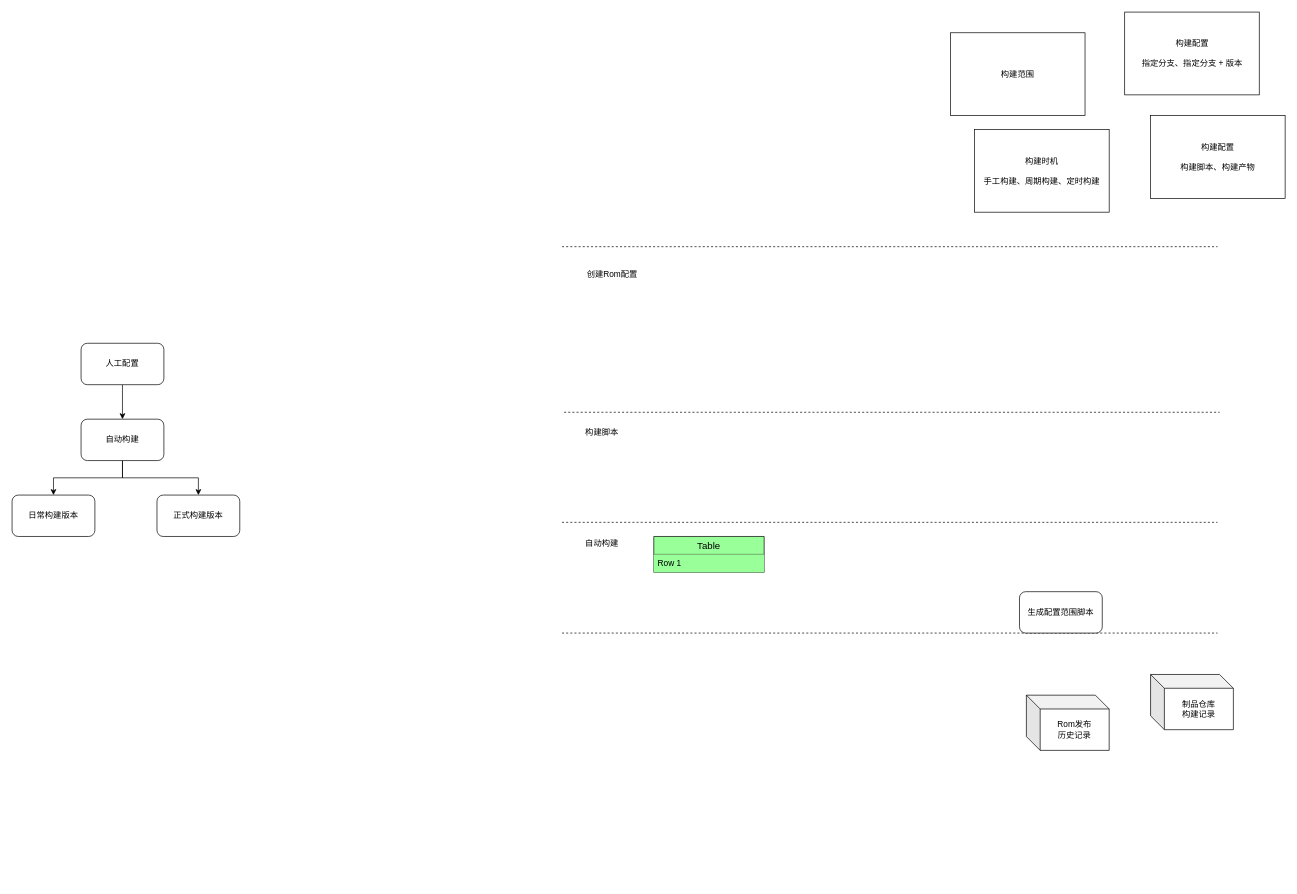
Before: Copy of 自动构建流程示意图.drawio in walkwall/drawing, a draw.io diagram. Source tidied: cells renumbered, new cells numbered last; positions are measured from the earlier drawing's top-left corner, leaving out a move shared by most shapes. Both pictures are drawn from the tidied source at 69%, with x=0, y=0 at pixel (12, 12).
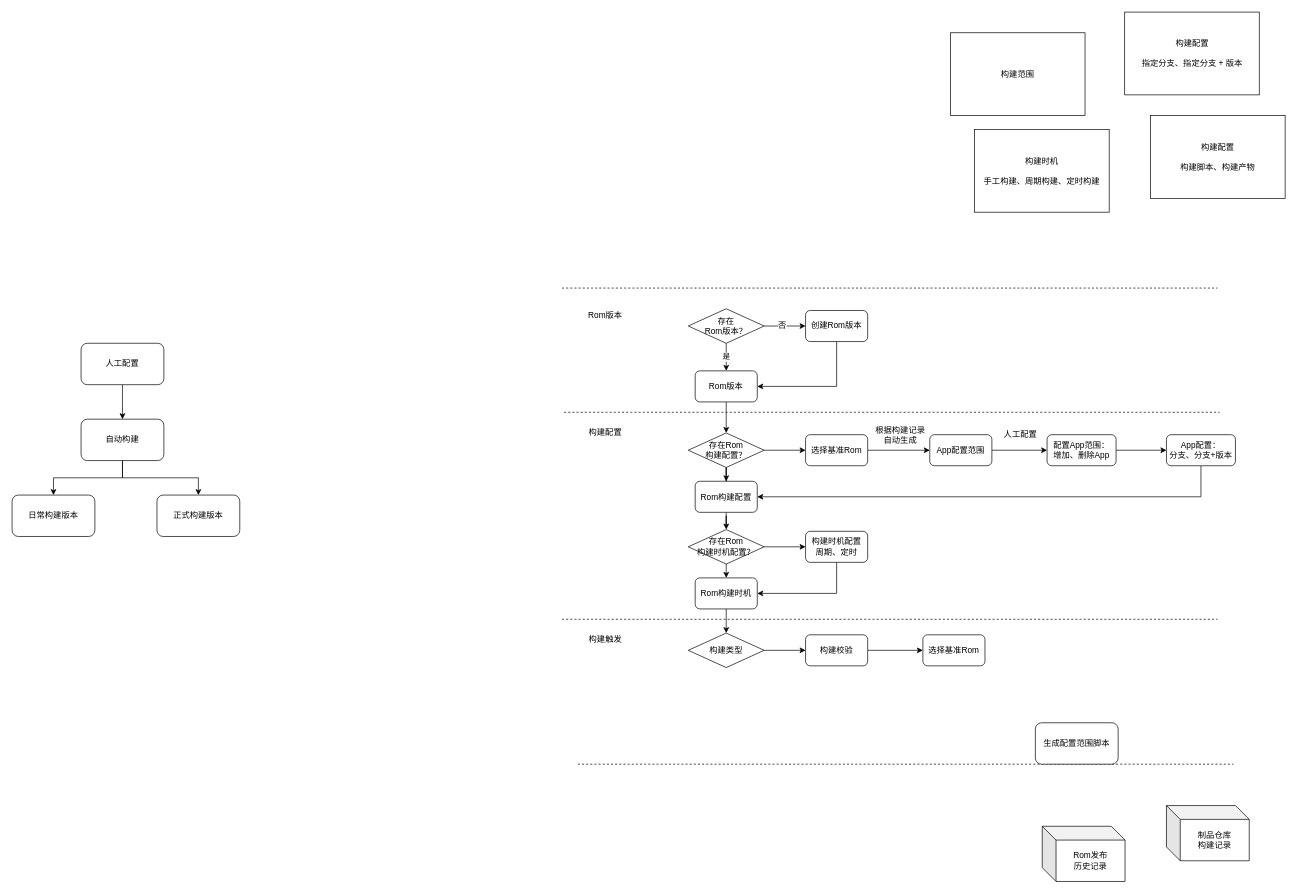
Above is the later version.

Commit message (it also covers changes not shown here):
Update Copy of 自动构建流程示意图.drawio

Diff of the diagram source:
```diff
@@
-    <mxCell id="11" value="构建脚本" style="text;html=1;strokeColor=none;fillColor=none;align=center;verticalAlign=middle;whiteSpace=wrap;rounded=0;" parent="1" vertex="1">
-      <mxGeometry x="830" y="600" width="50" height="20" as="geometry" />
+    <mxCell id="11" value="构建配置" style="text;html=1;strokeColor=none;fillColor=none;align=center;verticalAlign=middle;whiteSpace=wrap;rounded=0;" parent="1" vertex="1">
+      <mxGeometry x="830" y="600" width="60" height="20" as="geometry" />
     </mxCell>
     <mxCell id="12" style="endArrow=none;dashed=1;html=1;" parent="1" edge="1">
       <mxGeometry relative="1" as="geometry">
-        <mxPoint x="797" y="900" as="sourcePoint" />
-        <mxPoint x="1747" y="900" as="targetPoint" />
+        <mxPoint x="820" y="1090" as="sourcePoint" />
+        <mxPoint x="1770" y="1090" as="targetPoint" />
       </mxGeometry>
     </mxCell>
     <mxCell id="13" style="endArrow=none;dashed=1;html=1;" parent="1" edge="1">
       <mxGeometry relative="1" as="geometry">
-        <mxPoint x="797" y="739.5" as="sourcePoint" />
-        <mxPoint x="1747" y="739.5" as="targetPoint" />
+        <mxPoint x="797" y="880" as="sourcePoint" />
+        <mxPoint x="1747" y="880" as="targetPoint" />
       </mxGeometry>
     </mxCell>
-    <mxCell id="14" value="自动构建" style="text;html=1;strokeColor=none;fillColor=none;align=center;verticalAlign=middle;whiteSpace=wrap;rounded=0;" parent="1" vertex="1">
-      <mxGeometry x="830" y="760" width="50" height="20" as="geometry" />
+    <mxCell id="14" value="构建触发" style="text;html=1;strokeColor=none;fillColor=none;align=center;verticalAlign=middle;whiteSpace=wrap;rounded=0;" parent="1" vertex="1">
+      <mxGeometry x="835" y="900" width="50" height="20" as="geometry" />
     </mxCell>
     <mxCell id="15" style="endArrow=none;dashed=1;html=1;" parent="1" edge="1">
       <mxGeometry relative="1" as="geometry">
-        <mxPoint x="797" y="340" as="sourcePoint" />
-        <mxPoint x="1747" y="340" as="targetPoint" />
+        <mxPoint x="797" y="400" as="sourcePoint" />
+        <mxPoint x="1747" y="400" as="targetPoint" />
       </mxGeometry>
     </mxCell>
-    <mxCell id="16" value="创建Rom配置" style="text;html=1;strokeColor=none;fillColor=none;align=center;verticalAlign=middle;whiteSpace=wrap;rounded=0;" parent="1" vertex="1">
-      <mxGeometry x="830" y="370" width="80" height="20" as="geometry" />
+    <mxCell id="16" value="Rom版本" style="text;html=1;strokeColor=none;fillColor=none;align=center;verticalAlign=middle;whiteSpace=wrap;rounded=0;" parent="1" vertex="1">
+      <mxGeometry x="820" y="430" width="80" height="20" as="geometry" />
     </mxCell>
@@
     <mxCell id="18" value="生成配置范围脚本" style="rounded=1;whiteSpace=wrap;html=1;" parent="1" vertex="1">
-      <mxGeometry x="1460" y="840" width="120" height="60" as="geometry" />
+      <mxGeometry x="1483" y="1030" width="120" height="60" as="geometry" />
     </mxCell>
     <mxCell id="19" value="Rom发布&lt;br&gt;历史记录" style="shape=cube;whiteSpace=wrap;html=1;boundedLbl=1;backgroundOutline=1;darkOpacity=0.05;darkOpacity2=0.1;" parent="1" vertex="1">
-      <mxGeometry x="1470" y="990" width="120" height="80" as="geometry" />
+      <mxGeometry x="1493" y="1180" width="120" height="80" as="geometry" />
     </mxCell>
@@
     <mxCell id="22" value="制品仓库&lt;br&gt;构建记录" style="shape=cube;whiteSpace=wrap;html=1;boundedLbl=1;backgroundOutline=1;darkOpacity=0.05;darkOpacity2=0.1;" parent="1" vertex="1">
-      <mxGeometry x="1650" y="960" width="120" height="80" as="geometry" />
+      <mxGeometry x="1673" y="1150" width="120" height="80" as="geometry" />
     </mxCell>
-    <mxCell id="23" value="Table" style="swimlane;fontStyle=0;horizontal=1;startSize=26;fillColor=#99FF99;swimlaneFillColor=none;align=center;fontSize=14;rotation=0;labelBackgroundColor=none;perimeterSpacing=1;" parent="1" vertex="1">
-      <mxGeometry x="930" y="760" width="160" height="52" as="geometry" />
-    </mxCell>
-    <mxCell id="24" value="Row 1" style="text;strokeColor=none;fillColor=#99FF99;spacingLeft=4;spacingRight=4;overflow=hidden;fontSize=12;" parent="23" vertex="1">
-      <mxGeometry y="26" width="160" height="26" as="geometry" />
-    </mxCell>
+    <mxCell id="25" value="是" style="edgeStyle=orthogonalEdgeStyle;rounded=0;jettySize=auto;html=1;entryX=0.5;entryY=0;entryDx=0;entryDy=0;" parent="1" edge="1" source="28" target="41">
+      <mxGeometry relative="1" as="geometry" />
+    </mxCell>
+    <mxCell id="26" style="edgeStyle=orthogonalEdgeStyle;rounded=0;jettySize=auto;html=1;" parent="1" edge="1" source="28" target="30">
+      <mxGeometry relative="1" as="geometry" />
+    </mxCell>
+    <mxCell id="27" value="否" style="text;html=1;align=center;verticalAlign=middle;labelBackgroundColor=#ffffff;" parent="26" vertex="1">
+      <mxGeometry x="-0.17" y="1" relative="1" as="geometry" />
+    </mxCell>
+    <mxCell id="28" value="存在&lt;br&gt;Rom版本？" style="rhombus;whiteSpace=wrap;html=1;shadow=0;labelBackgroundColor=none;" parent="1" vertex="1">
+      <mxGeometry x="980" y="430" width="110" height="50" as="geometry" />
+    </mxCell>
+    <mxCell id="29" style="edgeStyle=orthogonalEdgeStyle;rounded=0;jettySize=auto;html=1;entryX=1;entryY=0.5;entryDx=0;entryDy=0;" parent="1" edge="1" source="30" target="41">
+      <mxGeometry relative="1" as="geometry">
+        <Array as="points">
+          <mxPoint x="1195" y="543" />
+        </Array>
+      </mxGeometry>
+    </mxCell>
+    <mxCell id="30" value="创建Rom版本" style="rounded=1;whiteSpace=wrap;html=1;shadow=0;labelBackgroundColor=none;" parent="1" vertex="1">
+      <mxGeometry x="1150" y="432.5" width="90" height="45" as="geometry" />
+    </mxCell>
+    <mxCell id="31" style="edgeStyle=orthogonalEdgeStyle;rounded=0;jettySize=auto;html=1;" parent="1" edge="1" source="33" target="36">
+      <mxGeometry relative="1" as="geometry" />
+    </mxCell>
+    <mxCell id="32" value="根据构建记录&lt;br&gt;自动生成" style="text;html=1;align=center;verticalAlign=middle;labelBackgroundColor=#ffffff;" parent="31" vertex="1">
+      <mxGeometry x="0.03" y="3" relative="1" as="geometry">
+        <mxPoint y="-19.5" as="offset" />
+      </mxGeometry>
+    </mxCell>
+    <mxCell id="33" value="选择基准Rom" style="rounded=1;whiteSpace=wrap;html=1;shadow=0;labelBackgroundColor=none;" parent="1" vertex="1">
+      <mxGeometry x="1150" y="612.5" width="90" height="45" as="geometry" />
+    </mxCell>
+    <mxCell id="34" style="edgeStyle=orthogonalEdgeStyle;rounded=0;jettySize=auto;html=1;" parent="1" edge="1" source="36" target="39">
+      <mxGeometry relative="1" as="geometry" />
+    </mxCell>
+    <mxCell id="35" value="人工配置" style="text;html=1;align=center;verticalAlign=middle;labelBackgroundColor=#ffffff;" parent="34" vertex="1">
+      <mxGeometry x="-0.2" y="1" relative="1" as="geometry">
+        <mxPoint x="8" y="-21.5" as="offset" />
+      </mxGeometry>
+    </mxCell>
+    <mxCell id="36" value="App配置范围" style="rounded=1;whiteSpace=wrap;html=1;shadow=0;labelBackgroundColor=none;" parent="1" vertex="1">
+      <mxGeometry x="1330" y="612.5" width="90" height="45" as="geometry" />
+    </mxCell>
+    <mxCell id="37" style="edgeStyle=orthogonalEdgeStyle;rounded=0;jettySize=auto;html=1;entryX=1;entryY=0.5;entryDx=0;entryDy=0;exitX=0.5;exitY=1;exitDx=0;exitDy=0;" parent="1" edge="1" source="54" target="49">
+      <mxGeometry relative="1" as="geometry">
+        <Array as="points">
+          <mxPoint x="1723" y="703" />
+        </Array>
+      </mxGeometry>
+    </mxCell>
+    <mxCell id="38" style="edgeStyle=orthogonalEdgeStyle;rounded=0;jettySize=auto;html=1;" parent="1" edge="1" source="39" target="54">
+      <mxGeometry relative="1" as="geometry" />
+    </mxCell>
+    <mxCell id="39" value="配置App范围：&lt;br&gt;增加、删除App" style="rounded=1;whiteSpace=wrap;html=1;shadow=0;labelBackgroundColor=none;" parent="1" vertex="1">
+      <mxGeometry x="1500" y="612.5" width="100" height="45" as="geometry" />
+    </mxCell>
+    <mxCell id="40" style="edgeStyle=orthogonalEdgeStyle;rounded=0;jettySize=auto;html=1;" parent="1" edge="1" source="41" target="44">
+      <mxGeometry relative="1" as="geometry" />
+    </mxCell>
+    <mxCell id="41" value="Rom版本" style="rounded=1;whiteSpace=wrap;html=1;shadow=0;labelBackgroundColor=none;" parent="1" vertex="1">
+      <mxGeometry x="990" y="520" width="90" height="45" as="geometry" />
+    </mxCell>
+    <mxCell id="42" style="edgeStyle=orthogonalEdgeStyle;rounded=0;jettySize=auto;html=1;" parent="1" edge="1" source="44" target="33">
+      <mxGeometry relative="1" as="geometry" />
+    </mxCell>
+    <mxCell id="43" style="edgeStyle=orthogonalEdgeStyle;rounded=0;jettySize=auto;html=1;entryX=0.5;entryY=0;entryDx=0;entryDy=0;" parent="1" edge="1" source="44" target="49">
+      <mxGeometry relative="1" as="geometry" />
+    </mxCell>
+    <mxCell id="44" value="存在Rom&lt;br&gt;构建配置？" style="rhombus;whiteSpace=wrap;html=1;shadow=0;labelBackgroundColor=none;" parent="1" vertex="1">
+      <mxGeometry x="980" y="610" width="110" height="50" as="geometry" />
+    </mxCell>
+    <mxCell id="45" style="edgeStyle=orthogonalEdgeStyle;rounded=0;jettySize=auto;html=1;exitX=0.5;exitY=1;exitDx=0;exitDy=0;entryX=0.5;entryY=0;entryDx=0;entryDy=0;" parent="1" edge="1" source="47" target="51">
+      <mxGeometry relative="1" as="geometry" />
+    </mxCell>
+    <mxCell id="46" style="edgeStyle=orthogonalEdgeStyle;rounded=0;jettySize=auto;html=1;" parent="1" edge="1" source="47" target="53">
+      <mxGeometry relative="1" as="geometry" />
+    </mxCell>
+    <mxCell id="47" value="存在Rom&lt;br&gt;构建时机配置？" style="rhombus;whiteSpace=wrap;html=1;shadow=0;labelBackgroundColor=none;" parent="1" vertex="1">
+      <mxGeometry x="980" y="750" width="110" height="50" as="geometry" />
+    </mxCell>
+    <mxCell id="48" style="edgeStyle=orthogonalEdgeStyle;rounded=0;jettySize=auto;html=1;entryX=0.5;entryY=0;entryDx=0;entryDy=0;" parent="1" edge="1" source="49" target="47">
+      <mxGeometry relative="1" as="geometry" />
+    </mxCell>
+    <mxCell id="49" value="Rom构建配置" style="rounded=1;whiteSpace=wrap;html=1;shadow=0;labelBackgroundColor=none;" parent="1" vertex="1">
+      <mxGeometry x="990" y="680" width="90" height="45" as="geometry" />
+    </mxCell>
+    <mxCell id="50" style="edgeStyle=orthogonalEdgeStyle;rounded=0;jettySize=auto;html=1;" parent="1" edge="1" source="51">
+      <mxGeometry relative="1" as="geometry">
+        <mxPoint x="1035" y="900" as="targetPoint" />
+      </mxGeometry>
+    </mxCell>
+    <mxCell id="51" value="Rom构建时机" style="rounded=1;whiteSpace=wrap;html=1;shadow=0;labelBackgroundColor=none;" parent="1" vertex="1">
+      <mxGeometry x="990" y="820" width="90" height="45" as="geometry" />
+    </mxCell>
+    <mxCell id="52" style="edgeStyle=orthogonalEdgeStyle;rounded=0;jettySize=auto;html=1;entryX=1;entryY=0.5;entryDx=0;entryDy=0;" parent="1" edge="1" source="53" target="51">
+      <mxGeometry relative="1" as="geometry">
+        <Array as="points">
+          <mxPoint x="1195" y="843" />
+        </Array>
+      </mxGeometry>
+    </mxCell>
+    <mxCell id="53" value="构建时机配置&lt;br&gt;周期、定时" style="rounded=1;whiteSpace=wrap;html=1;shadow=0;labelBackgroundColor=none;" parent="1" vertex="1">
+      <mxGeometry x="1150" y="752.5" width="90" height="45" as="geometry" />
+    </mxCell>
+    <mxCell id="54" value="App配置：&lt;br&gt;分支、分支+版本" style="rounded=1;whiteSpace=wrap;html=1;shadow=0;labelBackgroundColor=none;" parent="1" vertex="1">
+      <mxGeometry x="1673" y="612.5" width="100" height="45" as="geometry" />
+    </mxCell>
+    <mxCell id="55" style="edgeStyle=orthogonalEdgeStyle;rounded=0;jettySize=auto;html=1;entryX=0;entryY=0.5;entryDx=0;entryDy=0;" parent="1" edge="1" source="56" target="58">
+      <mxGeometry relative="1" as="geometry" />
+    </mxCell>
+    <mxCell id="56" value="构建类型" style="rhombus;whiteSpace=wrap;html=1;shadow=0;labelBackgroundColor=none;" parent="1" vertex="1">
+      <mxGeometry x="980" y="900" width="110" height="50" as="geometry" />
+    </mxCell>
+    <mxCell id="57" style="edgeStyle=orthogonalEdgeStyle;rounded=0;jettySize=auto;html=1;" parent="1" edge="1" source="58" target="59">
+      <mxGeometry relative="1" as="geometry" />
+    </mxCell>
+    <mxCell id="58" value="构建校验" style="rounded=1;whiteSpace=wrap;html=1;shadow=0;labelBackgroundColor=none;" parent="1" vertex="1">
+      <mxGeometry x="1150" y="902.5" width="90" height="45" as="geometry" />
+    </mxCell>
+    <mxCell id="59" value="选择基准Rom" style="rounded=1;whiteSpace=wrap;html=1;shadow=0;labelBackgroundColor=none;" parent="1" vertex="1">
+      <mxGeometry x="1320" y="902.5" width="90" height="45" as="geometry" />
+    </mxCell>
```
